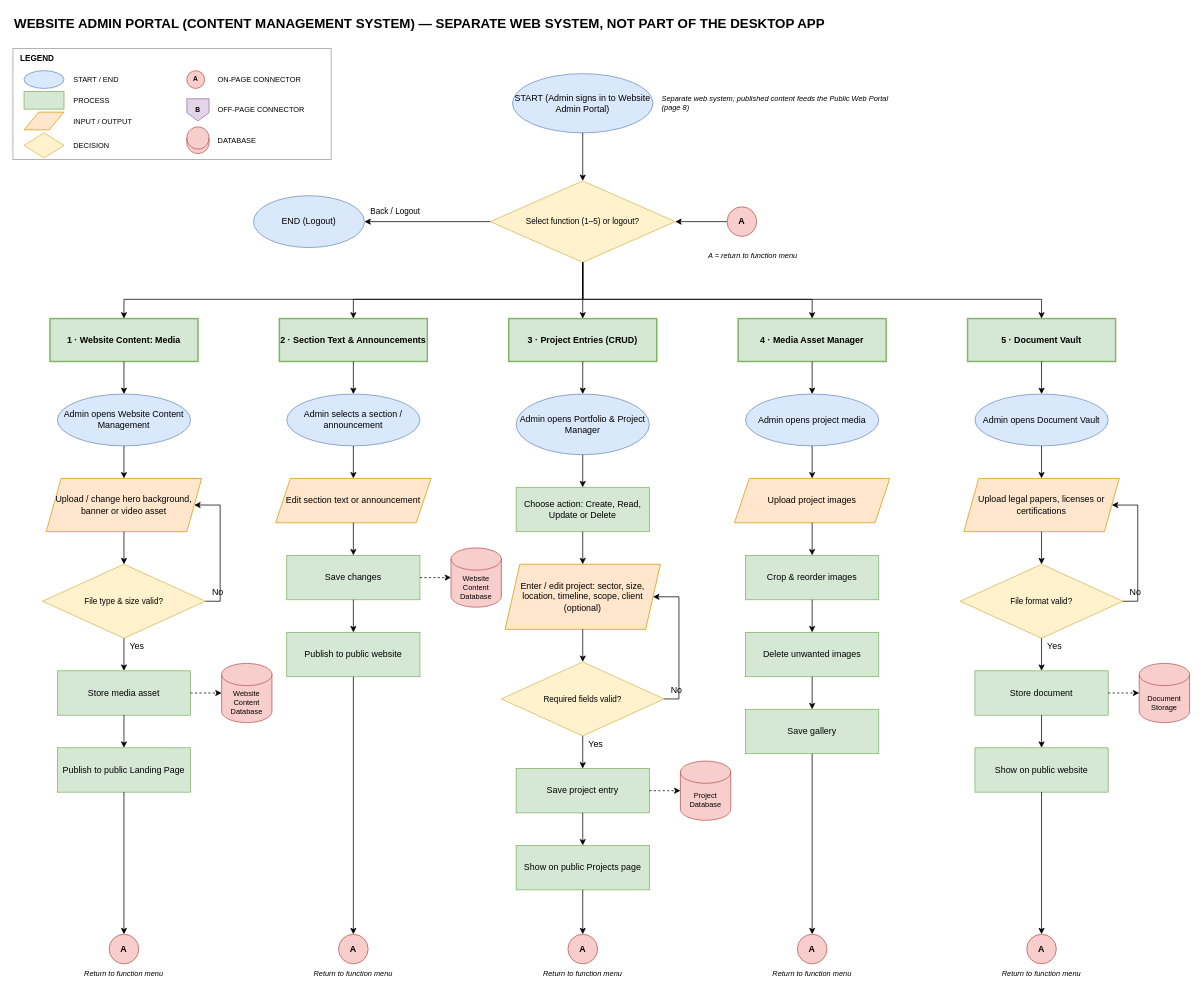
Third09/Tristone keeps this draw.io diagram as page "7 · Website Admin Portal (CMS)" (14 of 14) of docs/diagrams/Desktop_App_Flowchart.drawio. Above is the earlier version. Source tidied: cells renumbered, new cells numbered last; positions are measured from the earlier drawing's top-left corner, leaving out a move shared by most shapes. Both pictures are drawn from the tidied source at 74%, with x=0, y=0 at pixel (13, 13).
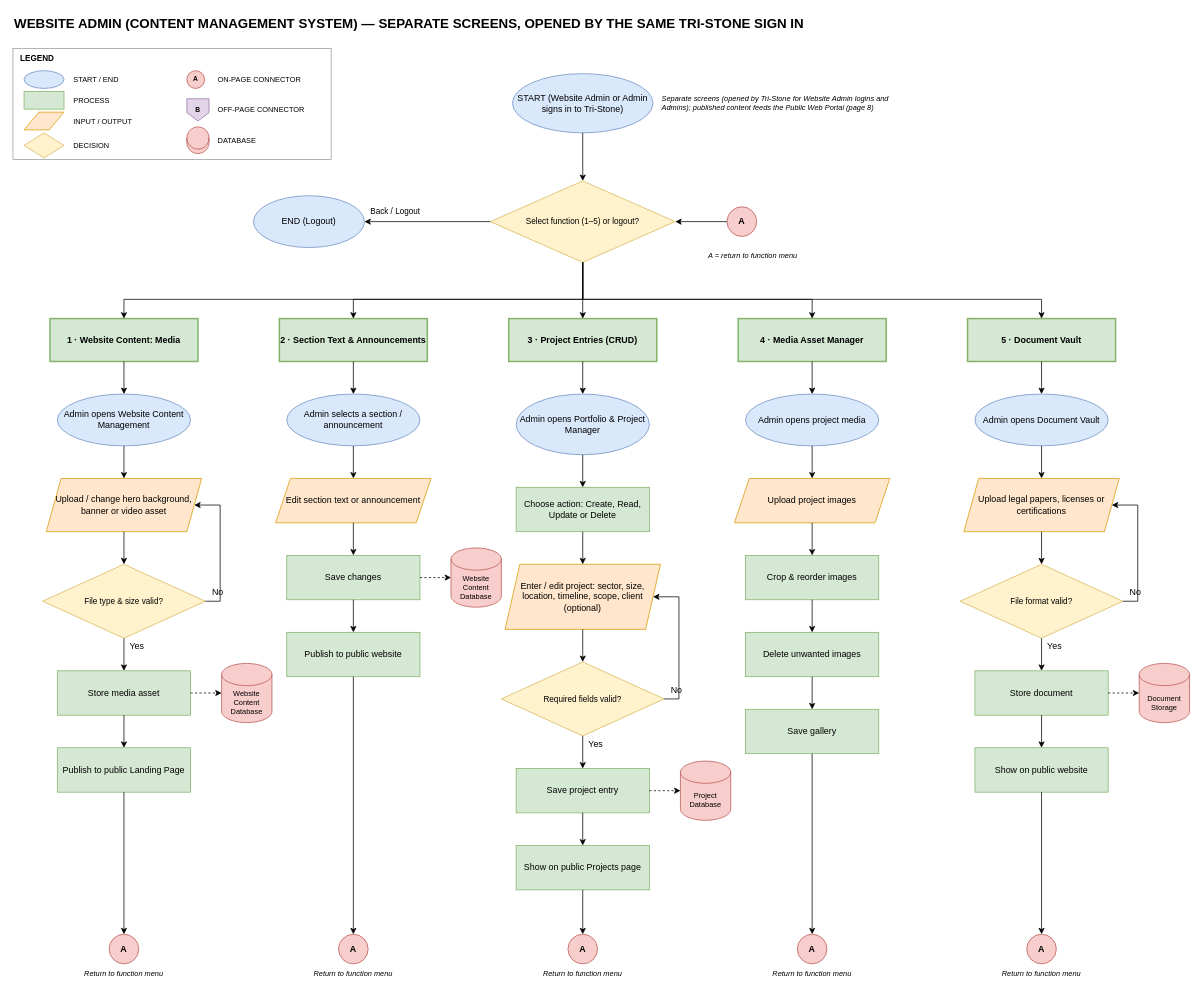
Above is the later version.

Diff of the diagram source:
```diff
@@
-    <mxCell id="2" value="WEBSITE ADMIN PORTAL (CONTENT MANAGEMENT SYSTEM) — SEPARATE WEB SYSTEM, NOT PART OF THE DESKTOP APP" style="text;html=1;align=left;verticalAlign=middle;strokeColor=none;fillColor=none;whiteSpace=wrap;fontSize=18;fontStyle=1;" parent="1" vertex="1">
+    <mxCell id="2" value="WEBSITE ADMIN (CONTENT MANAGEMENT SYSTEM) — SEPARATE SCREENS, OPENED BY THE SAME TRI-STONE SIGN IN" style="text;html=1;align=left;verticalAlign=middle;strokeColor=none;fillColor=none;whiteSpace=wrap;fontSize=18;fontStyle=1;" parent="1" vertex="1">
       <mxGeometry width="1300" height="30" as="geometry" />
     </mxCell>
@@
-    <mxCell id="19" value="START (Admin signs in to Website Admin Portal)" style="ellipse;whiteSpace=wrap;html=1;fillColor=#dae8fc;strokeColor=#6c8ebf;" parent="1" vertex="1">
+    <mxCell id="19" value="START (Website Admin or Admin signs in to Tri-Stone)" style="ellipse;whiteSpace=wrap;html=1;fillColor=#dae8fc;strokeColor=#6c8ebf;" parent="1" vertex="1">
       <mxGeometry x="675" y="82" width="190" height="80" as="geometry" />
     </mxCell>
-    <mxCell id="20" value="Separate web system; published content feeds the Public Web Portal (page 8)" style="text;html=1;align=left;verticalAlign=middle;strokeColor=none;fillColor=none;whiteSpace=wrap;fontSize=10;fontStyle=2;" parent="1" vertex="1">
+    <mxCell id="20" value="Separate screens (opened by Tri-Stone for Website Admin logins and Admins); published content feeds the Public Web Portal (page 8)" style="text;html=1;align=left;verticalAlign=middle;strokeColor=none;fillColor=none;whiteSpace=wrap;fontSize=10;fontStyle=2;" parent="1" vertex="1">
       <mxGeometry x="875" y="109" width="330" height="26" as="geometry" />
     </mxCell>
```
